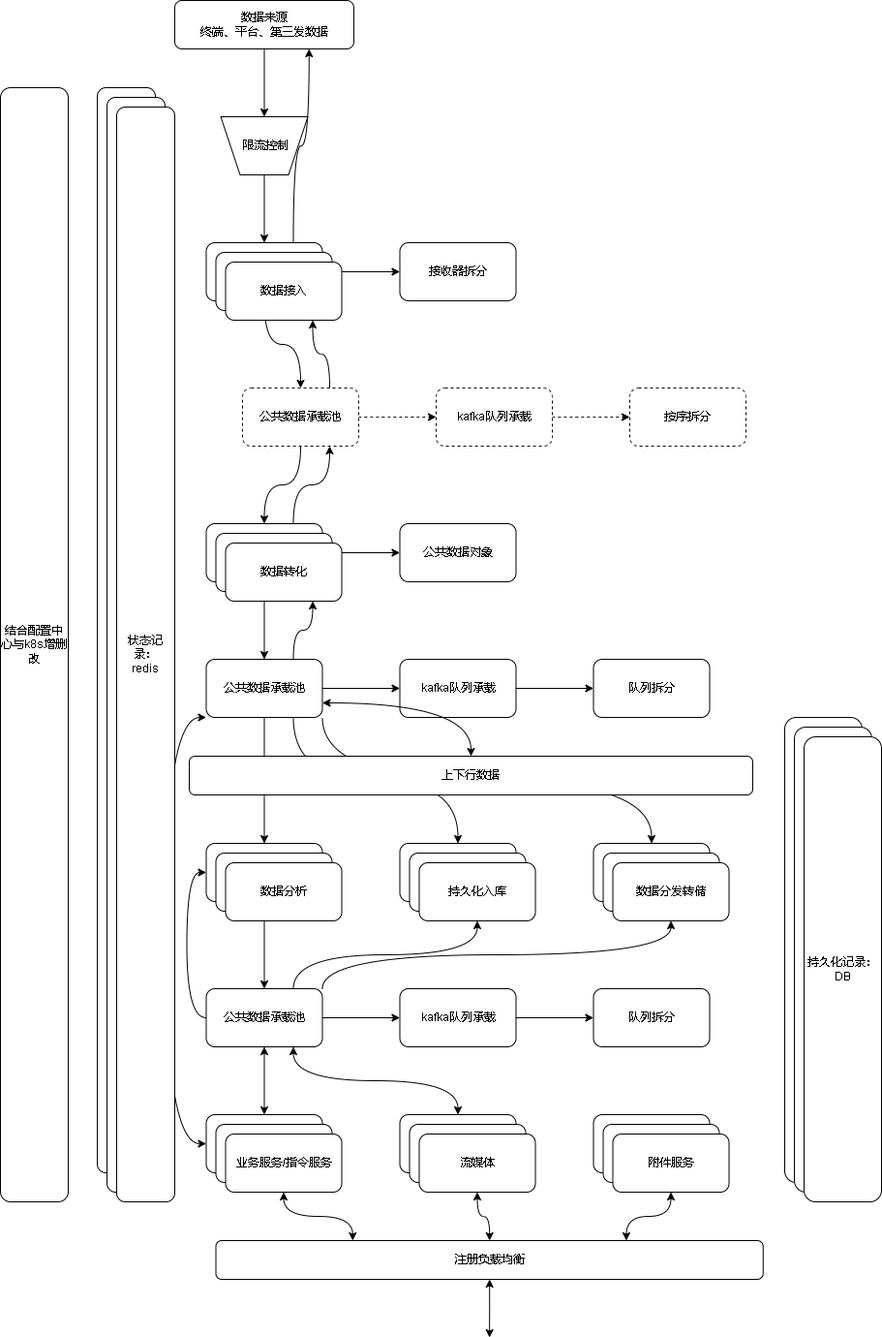
Before: 808后台架构.drawio.png, a diagram exported from draw.io (xktder/draw). Source tidied: cells renumbered, new cells last; positions are measured from the earlier drawing's top-left corner, leaving out a move shared by most shapes.
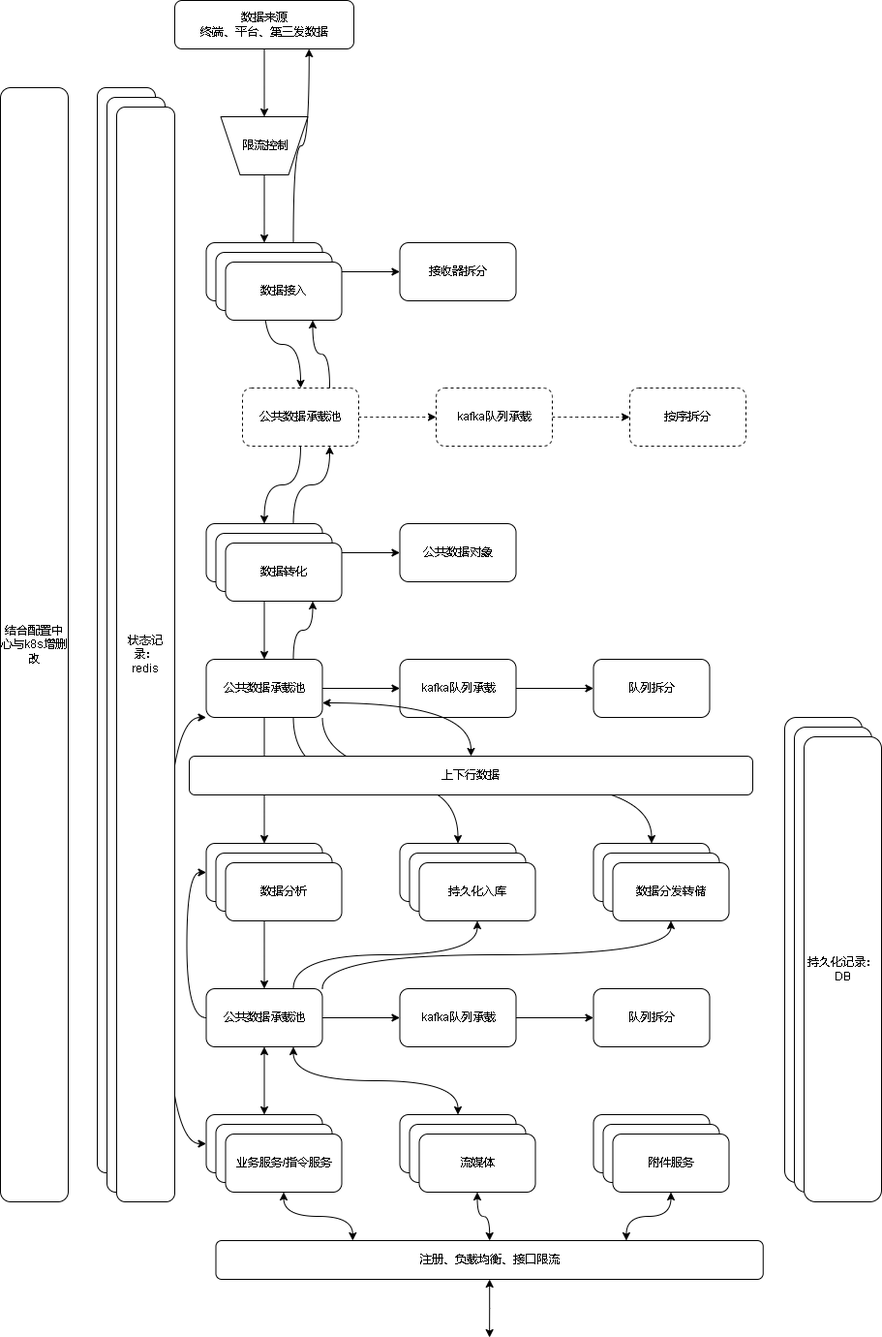
Above is the later version.

Commit message:
更新808后台架构.drawio.png

Change to the diagram source:
```diff
@@ -243,7 +243,7 @@
     <mxCell id="79" style="edgeStyle=orthogonalEdgeStyle;curved=1;rounded=0;jettySize=auto;html=1;exitX=0.25;exitY=0;exitDx=0;exitDy=0;entryX=0.5;entryY=1;entryDx=0;entryDy=0;startArrow=classic;startFill=1;" parent="1" edge="1" source="80" target="68">
       <mxGeometry relative="1" as="geometry" />
     </mxCell>
-    <mxCell id="80" value="注册负载均衡" style="rounded=1;whiteSpace=wrap;html=1;" parent="1" vertex="1">
+    <mxCell id="80" value="注册、负载均衡、接口限流" style="rounded=1;whiteSpace=wrap;html=1;" parent="1" vertex="1">
       <mxGeometry x="222.5" y="1280" width="565.2" height="40" as="geometry" />
     </mxCell>
   </root>
```
